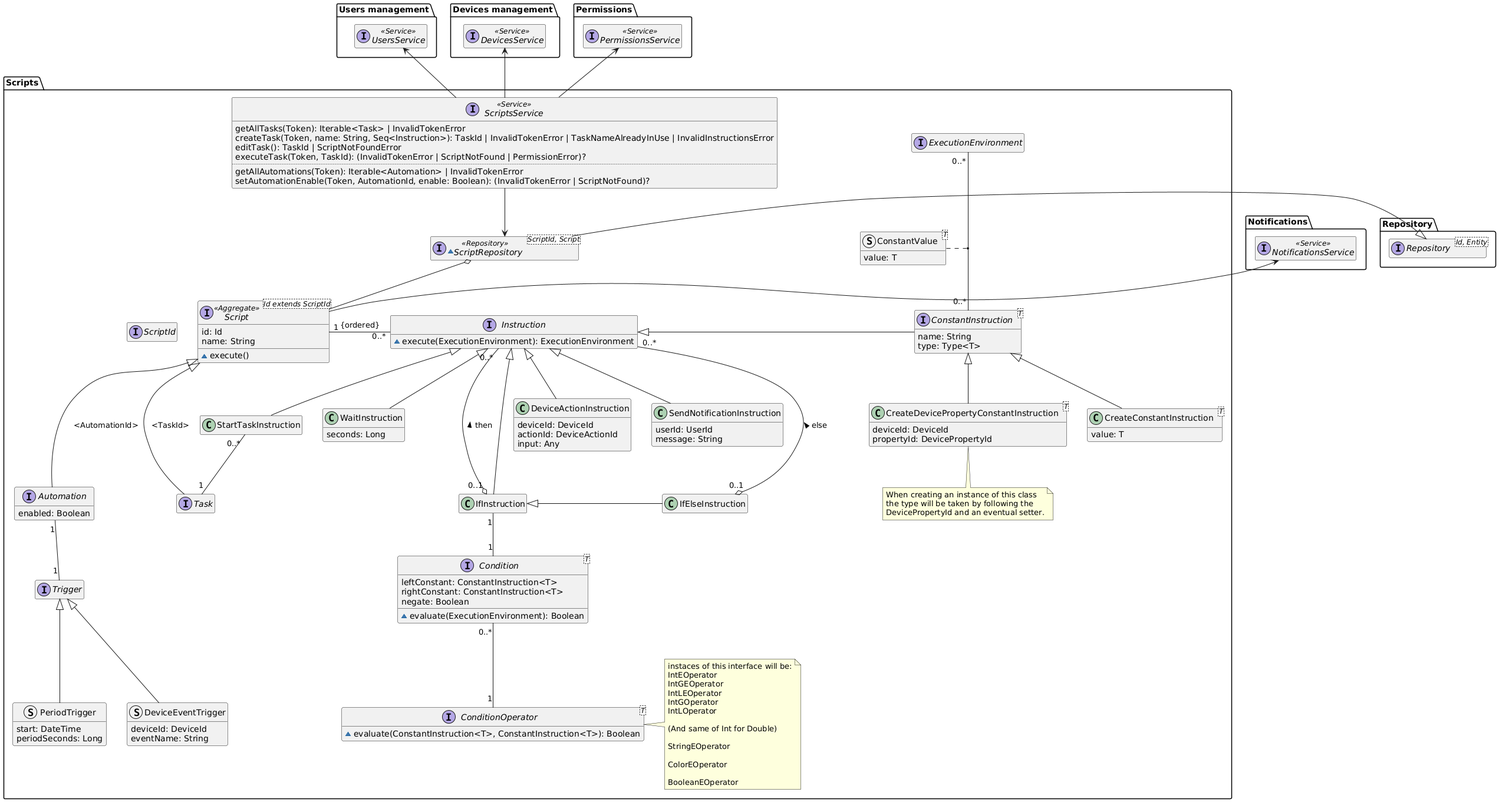
The PlantUML diagram diagrams/generated/scripts-domain-model.png in DomoticASW/.github, before a commit.
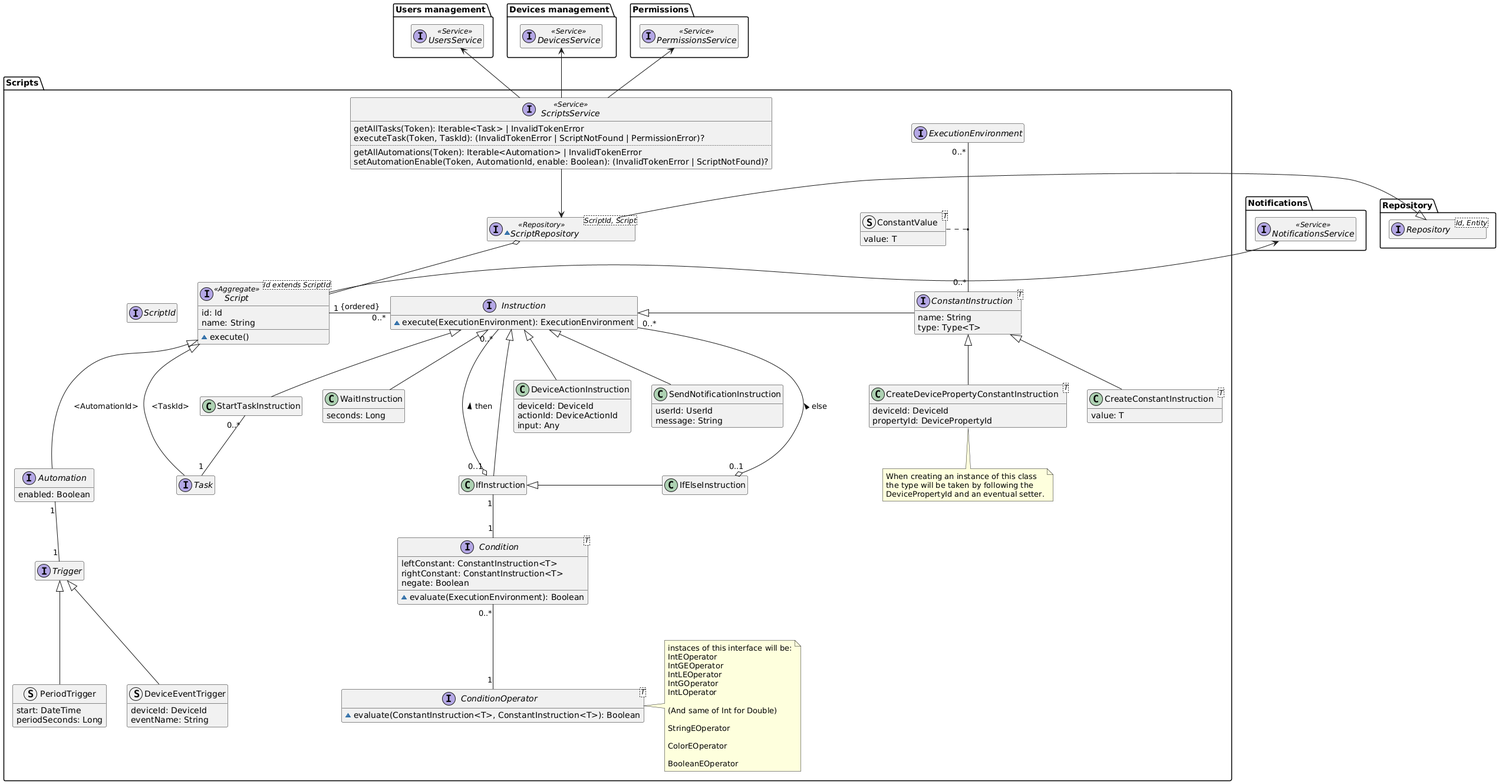
Later version of the same file.

Commit message:
Automatically generated PlantUML diagrams

The edit, as a diff of the source:
```diff
@@ -135,8 +135,6 @@
 
     interface ScriptsService <<Service>> {
         getAllTasks(Token): Iterable<Task> | InvalidTokenError
-        createTask(Token, name: String, Seq<Instruction>): TaskId | InvalidTokenError | TaskNameAlreadyInUse | InvalidInstructionsError
-        editTask(): TaskId | ScriptNotFoundError
         executeTask(Token, TaskId): (InvalidTokenError | ScriptNotFound | PermissionError)?
         ..
         getAllAutomations(Token): Iterable<Automation> | InvalidTokenError
```
